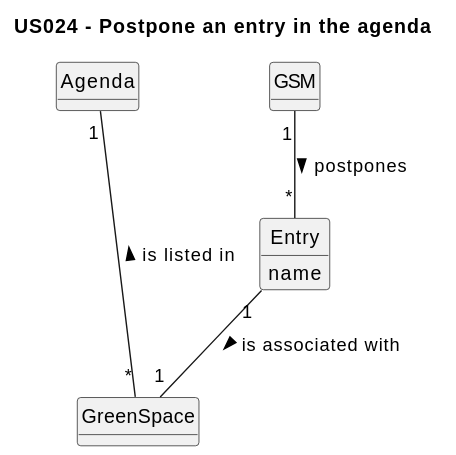
Above: docs/sprintC/us024/02.analysis/svg/us024-domain-model.svg in Departamento-de-Engenharia-Informatica/lei-24-s2-1dm-g132 (PlantUML), before the change. Source of this version:
```plantuml
@startuml
skinparam monochrome true
skinparam packageStyle rectangle
skinparam shadowing false


skinparam classAttributeIconSize 0

hide circle
hide methods

title US024 - Postpone an entry in the agenda

class Agenda {
}

class Entry {
    name
}

class GSM {
}

class GreenSpace {
}


Agenda "1" --- "*" GreenSpace : is listed in <
Entry "1" -- "1" GreenSpace : is associated with >
GSM "1" -- "*" Entry : postpones >
@enduml
```
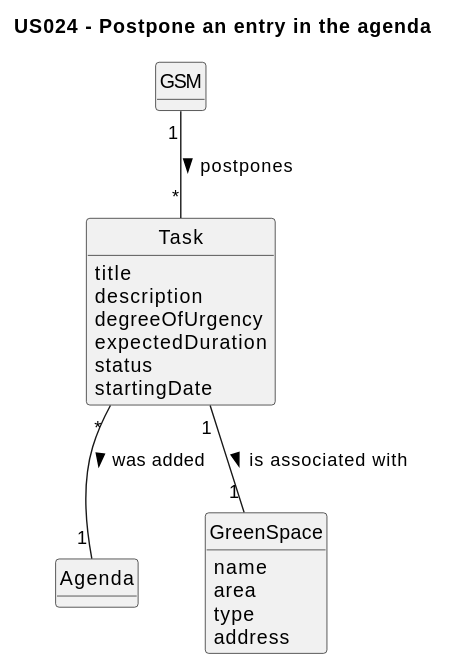
The same diagram one commit later.

Change to the diagram source:
```diff
@@ -14,18 +14,27 @@
 class Agenda {
 }
 
-class Entry {
-    name
+class Task {
+    title
+    description
+    degreeOfUrgency
+    expectedDuration
+    status
+    startingDate
 }
 
 class GSM {
 }
 
 class GreenSpace {
+    name
+    area
+    type
+    address
 }
 
 
-Agenda "1" --- "*" GreenSpace : is listed in <
-Entry "1" -- "1" GreenSpace : is associated with >
-GSM "1" -- "*" Entry : postpones >
+Task "*" -- "1" Agenda : was added >
+Task "1" -- "1" GreenSpace : is associated with >
+GSM "1" -- "*" Task : postpones >
 @enduml
```
